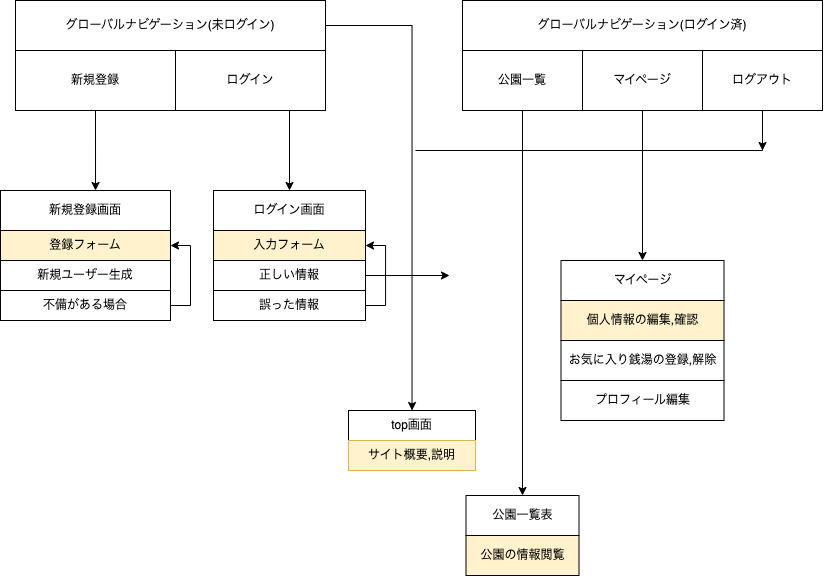
This is readme/遷移図.png from idesho/Oshisen_Kawasaki, a draw.io export, as it was before one commit. Source tidied: cells renumbered, new cells last; positions are measured from the earlier drawing's top-left corner, leaving out a move shared by most shapes. The source it was exported from:
```xml
<mxGraphModel>
  <root>
    <mxCell id="0" />
    <mxCell id="1" parent="0" />
    <mxCell id="2" value="グローバルナビゲーション(ログイン済)" style="rounded=0;whiteSpace=wrap;html=1;strokeColor=default;fontFamily=Helvetica;fontSize=12;fontColor=default;startSize=30;fillColor=default;" parent="1" vertex="1">
      <mxGeometry x="462" width="360" height="50" as="geometry" />
    </mxCell>
    <mxCell id="3" style="edgeStyle=none;rounded=0;jettySize=auto;html=1;exitX=0.5;exitY=1;exitDx=0;exitDy=0;fontFamily=Helvetica;fontSize=12;fontColor=default;" parent="1" edge="1" source="4" target="35">
      <mxGeometry relative="1" as="geometry" />
    </mxCell>
    <mxCell id="4" value="公園一覧" style="rounded=0;whiteSpace=wrap;html=1;strokeColor=default;fontFamily=Helvetica;fontSize=12;fontColor=default;startSize=30;fillColor=default;" parent="1" vertex="1">
      <mxGeometry x="462" y="50" width="120" height="60" as="geometry" />
    </mxCell>
    <mxCell id="5" style="edgeStyle=none;rounded=0;jettySize=auto;html=1;exitX=0.5;exitY=1;exitDx=0;exitDy=0;fontFamily=Helvetica;fontSize=12;fontColor=default;entryX=0.5;entryY=0;entryDx=0;entryDy=0;" parent="1" edge="1" source="6" target="30">
      <mxGeometry relative="1" as="geometry" />
    </mxCell>
    <mxCell id="6" value="マイページ" style="rounded=0;whiteSpace=wrap;html=1;strokeColor=default;fontFamily=Helvetica;fontSize=12;fontColor=default;startSize=30;fillColor=default;" parent="1" vertex="1">
      <mxGeometry x="582" y="50" width="120" height="60" as="geometry" />
    </mxCell>
    <mxCell id="7" style="edgeStyle=none;rounded=0;jettySize=auto;html=1;exitX=0.5;exitY=1;exitDx=0;exitDy=0;fontFamily=Helvetica;fontSize=12;fontColor=default;" parent="1" edge="1" source="9">
      <mxGeometry relative="1" as="geometry">
        <mxPoint x="762" y="110" as="targetPoint" />
      </mxGeometry>
    </mxCell>
    <mxCell id="8" style="edgeStyle=none;rounded=0;jettySize=auto;html=1;exitX=0.5;exitY=1;exitDx=0;exitDy=0;fontFamily=Helvetica;fontSize=12;fontColor=default;" parent="1" edge="1" source="9">
      <mxGeometry relative="1" as="geometry">
        <mxPoint x="762" y="150" as="targetPoint" />
      </mxGeometry>
    </mxCell>
    <mxCell id="9" value="ログアウト" style="rounded=0;whiteSpace=wrap;html=1;strokeColor=default;fontFamily=Helvetica;fontSize=12;fontColor=default;startSize=30;fillColor=default;" parent="1" vertex="1">
      <mxGeometry x="702" y="50" width="120" height="60" as="geometry" />
    </mxCell>
    <mxCell id="10" style="edgeStyle=orthogonalEdgeStyle;rounded=0;jettySize=auto;html=1;exitX=1;exitY=0.5;exitDx=0;exitDy=0;fontFamily=Helvetica;fontSize=12;fontColor=default;startSize=30;" parent="1" edge="1" source="11" target="27">
      <mxGeometry relative="1" as="geometry" />
    </mxCell>
    <mxCell id="11" value="グローバルナビゲーション(未ログイン)" style="rounded=0;whiteSpace=wrap;html=1;strokeColor=default;fontFamily=Helvetica;fontSize=12;fontColor=default;startSize=30;fillColor=default;" parent="1" vertex="1">
      <mxGeometry x="15" width="310" height="50" as="geometry" />
    </mxCell>
    <mxCell id="12" value="ログイン" style="rounded=0;whiteSpace=wrap;html=1;strokeColor=default;fontFamily=Helvetica;fontSize=12;fontColor=default;startSize=30;fillColor=default;" parent="1" vertex="1">
      <mxGeometry x="175" y="50" width="150" height="60" as="geometry" />
    </mxCell>
    <mxCell id="13" style="edgeStyle=orthogonalEdgeStyle;rounded=0;jettySize=auto;html=1;exitX=0.5;exitY=1;exitDx=0;exitDy=0;entryX=0.559;entryY=0;entryDx=0;entryDy=0;entryPerimeter=0;fontFamily=Helvetica;fontSize=12;fontColor=default;startSize=30;" parent="1" edge="1" source="14" target="15">
      <mxGeometry relative="1" as="geometry" />
    </mxCell>
    <mxCell id="14" value="新規登録" style="rounded=0;whiteSpace=wrap;html=1;strokeColor=default;fontFamily=Helvetica;fontSize=12;fontColor=default;startSize=30;fillColor=default;" parent="1" vertex="1">
      <mxGeometry x="15" y="50" width="160" height="60" as="geometry" />
    </mxCell>
    <mxCell id="15" value="新規登録画面" style="rounded=0;whiteSpace=wrap;html=1;strokeColor=default;fontFamily=Helvetica;fontSize=12;fontColor=default;startSize=30;fillColor=default;" parent="1" vertex="1">
      <mxGeometry y="190" width="170" height="40" as="geometry" />
    </mxCell>
    <mxCell id="16" value="登録フォーム" style="rounded=0;whiteSpace=wrap;html=1;fontFamily=Helvetica;fontSize=12;startSize=30;fillColor=#fff2cc;strokeColor=#000000;" parent="1" vertex="1">
      <mxGeometry y="230" width="170" height="30" as="geometry" />
    </mxCell>
    <mxCell id="17" value="新規ユーザー生成" style="rounded=0;whiteSpace=wrap;html=1;strokeColor=default;fontFamily=Helvetica;fontSize=12;fontColor=default;startSize=30;fillColor=default;" parent="1" vertex="1">
      <mxGeometry y="260" width="170" height="30" as="geometry" />
    </mxCell>
    <mxCell id="18" style="edgeStyle=orthogonalEdgeStyle;rounded=0;jettySize=auto;html=1;exitX=1;exitY=0.5;exitDx=0;exitDy=0;fontFamily=Helvetica;fontSize=12;fontColor=default;startSize=30;entryX=1;entryY=0.5;entryDx=0;entryDy=0;" parent="1" edge="1" source="19" target="16">
      <mxGeometry relative="1" as="geometry" />
    </mxCell>
    <mxCell id="19" value="不備がある場合" style="rounded=0;whiteSpace=wrap;html=1;strokeColor=default;fontFamily=Helvetica;fontSize=12;fontColor=default;startSize=30;fillColor=default;" parent="1" vertex="1">
      <mxGeometry y="290" width="170" height="30" as="geometry" />
    </mxCell>
    <mxCell id="20" value="ログイン画面" style="rounded=0;whiteSpace=wrap;html=1;strokeColor=default;fontFamily=Helvetica;fontSize=12;fontColor=default;startSize=30;fillColor=default;" parent="1" vertex="1">
      <mxGeometry x="213" y="190" width="152" height="40" as="geometry" />
    </mxCell>
    <mxCell id="21" value="入力フォーム" style="rounded=0;whiteSpace=wrap;html=1;strokeColor=#000000;fontFamily=Helvetica;fontSize=12;startSize=30;fillColor=#fff2cc;" parent="1" vertex="1">
      <mxGeometry x="213" y="230" width="152" height="30" as="geometry" />
    </mxCell>
    <mxCell id="22" style="endArrow=classic;html=1;rounded=0;fontFamily=Helvetica;fontSize=12;fontColor=default;startSize=30;entryX=0.5;entryY=0;entryDx=0;entryDy=0;" parent="1" edge="1" target="20">
      <mxGeometry relative="1" as="geometry">
        <mxPoint x="289" y="110" as="sourcePoint" />
      </mxGeometry>
    </mxCell>
    <mxCell id="23" style="edgeStyle=orthogonalEdgeStyle;rounded=0;jettySize=auto;html=1;exitX=1;exitY=0.5;exitDx=0;exitDy=0;fontFamily=Helvetica;fontSize=12;fontColor=default;startSize=30;" parent="1" edge="1" source="24">
      <mxGeometry relative="1" as="geometry">
        <mxPoint x="449" y="275" as="targetPoint" />
      </mxGeometry>
    </mxCell>
    <mxCell id="24" value="正しい情報" style="rounded=0;whiteSpace=wrap;html=1;strokeColor=default;fontFamily=Helvetica;fontSize=12;fontColor=default;startSize=30;fillColor=default;" parent="1" vertex="1">
      <mxGeometry x="213" y="260" width="152" height="30" as="geometry" />
    </mxCell>
    <mxCell id="25" style="edgeStyle=orthogonalEdgeStyle;rounded=0;jettySize=auto;html=1;exitX=1;exitY=0.5;exitDx=0;exitDy=0;fontFamily=Helvetica;fontSize=12;fontColor=default;startSize=30;entryX=1;entryY=0.5;entryDx=0;entryDy=0;" parent="1" edge="1" source="26" target="21">
      <mxGeometry relative="1" as="geometry">
        <Array as="points">
          <mxPoint x="385" y="305" />
          <mxPoint x="385" y="245" />
        </Array>
      </mxGeometry>
    </mxCell>
    <mxCell id="26" value="誤った情報" style="rounded=0;whiteSpace=wrap;html=1;strokeColor=default;fontFamily=Helvetica;fontSize=12;fontColor=default;startSize=30;fillColor=default;" parent="1" vertex="1">
      <mxGeometry x="213" y="290" width="152" height="30" as="geometry" />
    </mxCell>
    <mxCell id="27" value="top画面" style="rounded=0;whiteSpace=wrap;html=1;strokeColor=default;fontFamily=Helvetica;fontSize=12;fontColor=default;startSize=30;fillColor=default;" parent="1" vertex="1">
      <mxGeometry x="348" y="410" width="127" height="30" as="geometry" />
    </mxCell>
    <mxCell id="28" value="サイト概要,説明" style="rounded=0;whiteSpace=wrap;html=1;strokeColor=#d6b656;fontFamily=Helvetica;fontSize=12;startSize=30;fillColor=#fff2cc;" parent="1" vertex="1">
      <mxGeometry x="348" y="440" width="127" height="30" as="geometry" />
    </mxCell>
    <mxCell id="29" style="endArrow=none;html=1;rounded=0;fontFamily=Helvetica;fontSize=12;fontColor=default;" parent="1" edge="1">
      <mxGeometry relative="1" as="geometry">
        <mxPoint x="415" y="150" as="sourcePoint" />
        <mxPoint x="762" y="140" as="targetPoint" />
        <Array as="points">
          <mxPoint x="762" y="150" />
        </Array>
      </mxGeometry>
    </mxCell>
    <mxCell id="30" value="マイページ" style="rounded=0;whiteSpace=wrap;html=1;strokeColor=default;fontFamily=Helvetica;fontSize=12;fontColor=default;startSize=30;fillColor=default;" parent="1" vertex="1">
      <mxGeometry x="560.5" y="260" width="163" height="40" as="geometry" />
    </mxCell>
    <mxCell id="31" style="edgeStyle=none;rounded=0;orthogonalLoop=1;jettySize=auto;html=1;exitX=0.5;exitY=1;exitDx=0;exitDy=0;fontFamily=Helvetica;fontSize=12;fontColor=default;" parent="1" edge="1" source="30" target="30">
      <mxGeometry relative="1" as="geometry" />
    </mxCell>
    <mxCell id="32" value="個人情報の編集,確認" style="rounded=0;whiteSpace=wrap;html=1;strokeColor=#000000;fontFamily=Helvetica;fontSize=12;startSize=30;fillColor=#fff2cc;" parent="1" vertex="1">
      <mxGeometry x="560.5" y="300" width="163" height="40" as="geometry" />
    </mxCell>
    <mxCell id="33" value="お気に入り銭湯の登録,解除" style="rounded=0;whiteSpace=wrap;html=1;strokeColor=default;fontFamily=Helvetica;fontSize=12;fontColor=default;startSize=30;fillColor=default;" parent="1" vertex="1">
      <mxGeometry x="560.5" y="340" width="163" height="40" as="geometry" />
    </mxCell>
    <mxCell id="34" value="プロフィール編集" style="rounded=0;whiteSpace=wrap;html=1;strokeColor=default;fontFamily=Helvetica;fontSize=12;fontColor=default;startSize=30;fillColor=default;" parent="1" vertex="1">
      <mxGeometry x="560.5" y="380" width="163" height="40" as="geometry" />
    </mxCell>
    <mxCell id="35" value="公園一覧表" style="rounded=0;whiteSpace=wrap;html=1;strokeColor=default;fontFamily=Helvetica;fontSize=12;fontColor=default;startSize=30;fillColor=default;" parent="1" vertex="1">
      <mxGeometry x="465.5" y="495" width="113" height="40" as="geometry" />
    </mxCell>
    <mxCell id="36" value="公園の情報閲覧" style="rounded=0;whiteSpace=wrap;html=1;strokeColor=#000000;fontFamily=Helvetica;fontSize=12;startSize=30;fillColor=#fff2cc;" parent="1" vertex="1">
      <mxGeometry x="465.5" y="535" width="113" height="40" as="geometry" />
    </mxCell>
  </root>
</mxGraphModel>
```
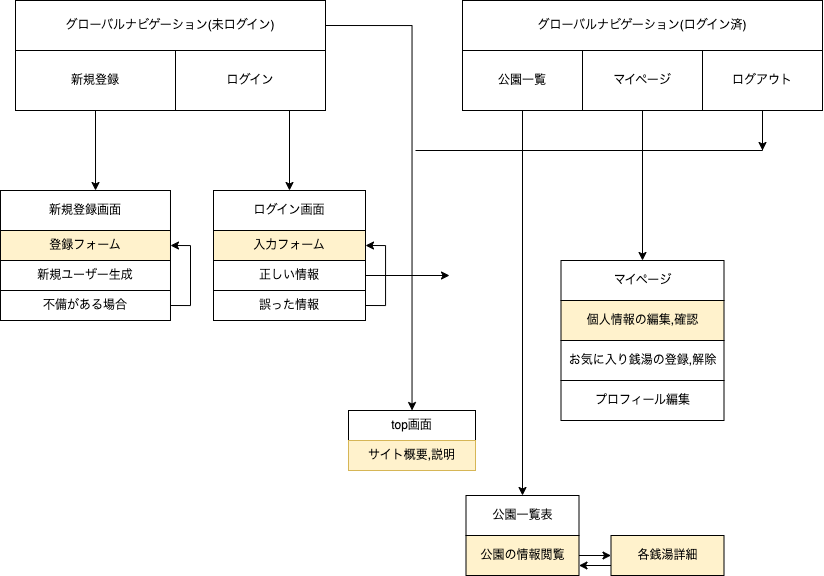
The same file after the commit.

Diff of the diagram source:
```diff
@@ -123,8 +123,17 @@
     <mxCell id="35" value="公園一覧表" style="rounded=0;whiteSpace=wrap;html=1;strokeColor=default;fontFamily=Helvetica;fontSize=12;fontColor=default;startSize=30;fillColor=default;" parent="1" vertex="1">
       <mxGeometry x="465.5" y="495" width="113" height="40" as="geometry" />
     </mxCell>
+    <mxCell id="37" style="edgeStyle=none;rounded=0;jettySize=auto;html=1;exitX=1;exitY=0.5;exitDx=0;exitDy=0;fontFamily=Helvetica;fontSize=12;fontColor=default;" parent="1" edge="1" source="36" target="39">
+      <mxGeometry relative="1" as="geometry" />
+    </mxCell>
     <mxCell id="36" value="公園の情報閲覧" style="rounded=0;whiteSpace=wrap;html=1;strokeColor=#000000;fontFamily=Helvetica;fontSize=12;startSize=30;fillColor=#fff2cc;" parent="1" vertex="1">
       <mxGeometry x="465.5" y="535" width="113" height="40" as="geometry" />
     </mxCell>
+    <mxCell id="38" style="edgeStyle=none;rounded=0;jettySize=auto;html=1;exitX=0;exitY=0.75;exitDx=0;exitDy=0;entryX=1;entryY=0.75;entryDx=0;entryDy=0;fontFamily=Helvetica;fontSize=12;fontColor=default;" parent="1" edge="1" source="39" target="36">
+      <mxGeometry relative="1" as="geometry" />
+    </mxCell>
+    <mxCell id="39" value="各銭湯詳細" style="rounded=0;whiteSpace=wrap;html=1;strokeColor=#000000;fontFamily=Helvetica;fontSize=12;startSize=30;fillColor=#fff2cc;fontColor=default;" parent="1" vertex="1">
+      <mxGeometry x="610.5" y="535" width="113" height="40" as="geometry" />
+    </mxCell>
   </root>
 </mxGraphModel>
```
